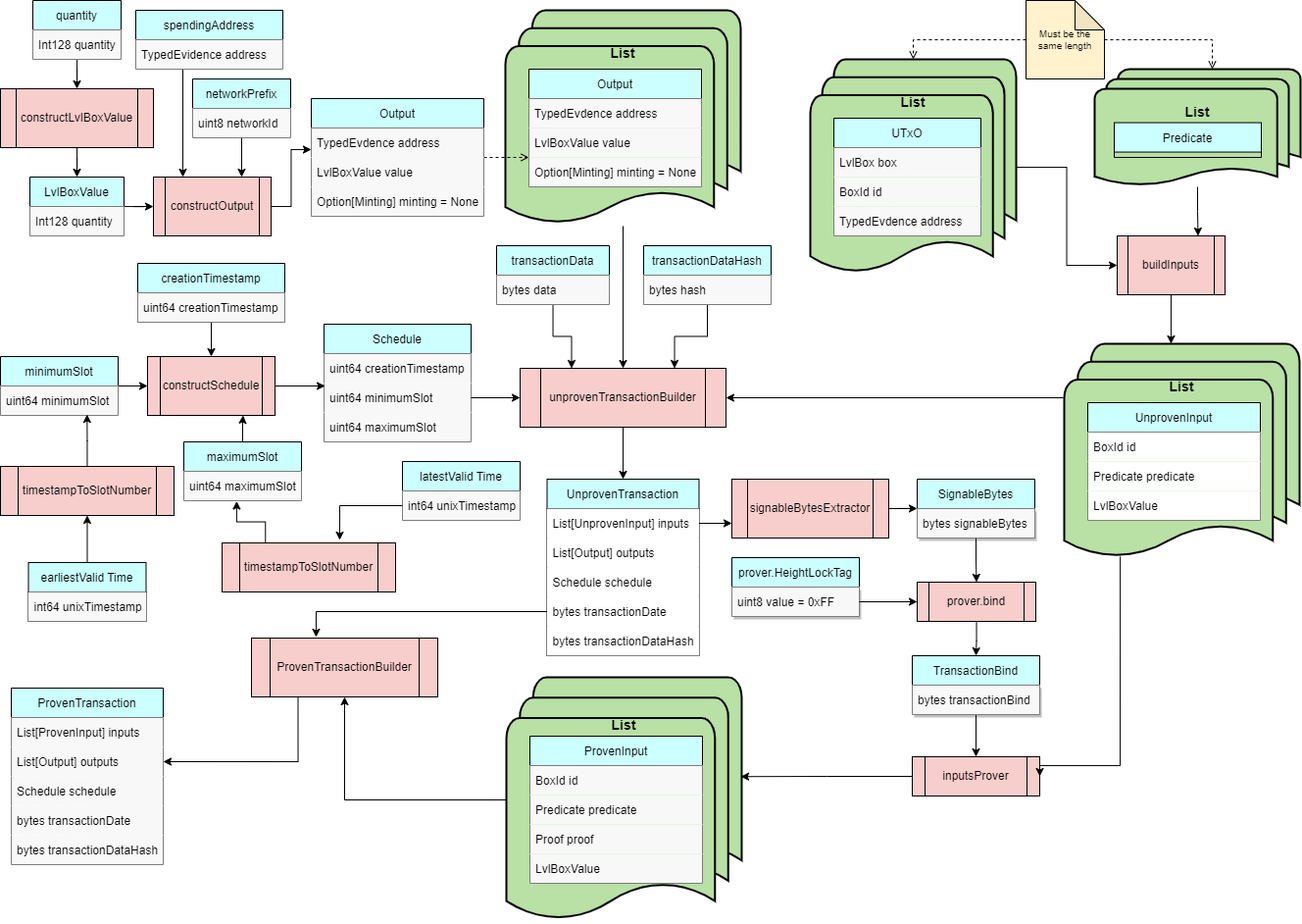
The draw.io diagram docs/Modules/NativeTransactor/transaction_builder.drawio.png in Topl/BramblSc-docs, before a commit. Source tidied: cells renumbered, new cells last; positions are measured from the earlier drawing's top-left corner, leaving out a move shared by most shapes.
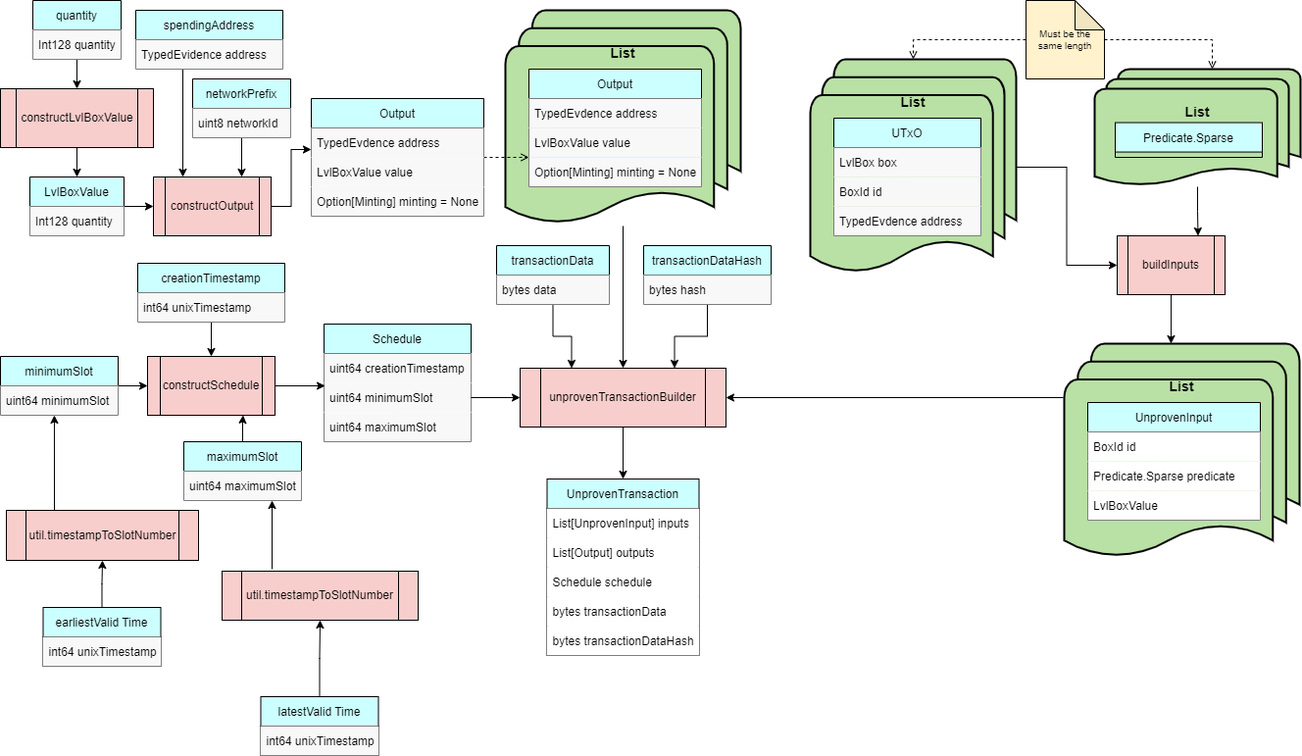
Later version of the same file.

Change to the diagram source:
```diff
@@ -35,7 +35,7 @@
     <mxCell id="12" value="creationTimestamp" style="swimlane;fontStyle=0;horizontal=1;startSize=30;fillColor=#CCFFFF;" parent="1" vertex="1">
       <mxGeometry x="140" y="268" width="150" height="60" as="geometry" />
     </mxCell>
-    <mxCell id="13" value="uint64 creationTimestamp" style="text;strokeColor=none;fillColor=#F8F8F8;align=left;verticalAlign=middle;spacingLeft=4;spacingRight=4;overflow=hidden;" parent="12" vertex="1">
+    <mxCell id="13" value="int64 unixTimestamp" style="text;strokeColor=none;fillColor=#F8F8F8;align=left;verticalAlign=middle;spacingLeft=4;spacingRight=4;overflow=hidden;" parent="12" vertex="1">
       <mxGeometry y="30" width="150" height="30" as="geometry" />
     </mxCell>
     <mxCell id="14" style="edgeStyle=orthogonalEdgeStyle;rounded=0;jettySize=auto;html=1;entryX=0;entryY=0.5;entryDx=0;entryDy=0;" parent="1" edge="1" source="15" target="10">
@@ -181,8 +181,8 @@
     <mxCell id="59" style="group;" parent="1" vertex="1">
       <mxGeometry x="1086" y="70" width="210" height="150" as="geometry" />
     </mxCell>
-    <mxCell id="60" value="Predicate" style="swimlane;fontStyle=0;horizontal=1;startSize=30;fillColor=#CCFFFF;" parent="59" vertex="1">
-      <mxGeometry x="50" y="54.5" width="150" height="35.5" as="geometry" />
+    <mxCell id="60" value="Predicate.Sparse" style="swimlane;fontStyle=0;horizontal=1;startSize=30;fillColor=#CCFFFF;" parent="59" vertex="1">
+      <mxGeometry x="51" y="54.5" width="150" height="35.5" as="geometry" />
     </mxCell>
     <mxCell id="61" style="edgeStyle=orthogonalEdgeStyle;rounded=0;jettySize=auto;html=1;entryX=0.454;entryY=0;entryDx=0;entryDy=0;entryPerimeter=0;fontSize=10;endArrow=classic;endFill=1;" parent="1" edge="1" source="62" target="65">
       <mxGeometry relative="1" as="geometry" />
@@ -205,7 +205,7 @@
     <mxCell id="67" value="BoxId id" style="text;strokeColor=none;fillColor=#FFFFFF;align=left;verticalAlign=middle;spacingLeft=4;spacingRight=4;overflow=hidden;" parent="66" vertex="1">
       <mxGeometry y="30" width="176" height="30" as="geometry" />
     </mxCell>
-    <mxCell id="68" value="Predicate predicate" style="text;strokeColor=none;fillColor=#FFFFFF;align=left;verticalAlign=middle;spacingLeft=4;spacingRight=4;overflow=hidden;" parent="66" vertex="1">
+    <mxCell id="68" value="Predicate.Sparse predicate   " style="text;strokeColor=none;fillColor=#FFFFFF;align=left;verticalAlign=middle;spacingLeft=4;spacingRight=4;overflow=hidden;" parent="66" vertex="1">
       <mxGeometry y="60" width="176" height="30" as="geometry" />
     </mxCell>
     <mxCell id="69" value="LvlBoxValue" style="text;strokeColor=none;fillColor=#FFFFFF;align=left;verticalAlign=middle;spacingLeft=4;spacingRight=4;overflow=hidden;" parent="66" vertex="1">
@@ -232,9 +232,6 @@
     <mxCell id="76" value="bytes hash" style="text;strokeColor=none;fillColor=#F8F8F8;align=left;verticalAlign=middle;spacingLeft=4;spacingRight=4;overflow=hidden;" parent="75" vertex="1">
       <mxGeometry y="30" width="130" height="30" as="geometry" />
     </mxCell>
-    <mxCell id="77" style="edgeStyle=orthogonalEdgeStyle;rounded=0;jettySize=auto;html=1;entryX=0.347;entryY=-0.017;entryDx=0;entryDy=0;entryPerimeter=0;fontSize=18;endArrow=classic;endFill=1;" parent="1" edge="1" source="82" target="109">
-      <mxGeometry relative="1" as="geometry" />
-    </mxCell>
     <mxCell id="78" value="UnprovenTransaction" style="swimlane;fontStyle=0;horizontal=1;startSize=30;fillColor=#CCFFFF;" parent="1" vertex="1">
       <mxGeometry x="557.5" y="488" width="155" height="180" as="geometry" />
     </mxCell>
@@ -247,144 +244,40 @@
     <mxCell id="81" value="Schedule schedule" style="text;strokeColor=none;fillColor=#FFFFFF;align=left;verticalAlign=middle;spacingLeft=4;spacingRight=4;overflow=hidden;" parent="78" vertex="1">
       <mxGeometry y="90" width="155" height="30" as="geometry" />
     </mxCell>
-    <mxCell id="82" value="bytes transactionDate" style="text;strokeColor=none;fillColor=#FFFFFF;align=left;verticalAlign=middle;spacingLeft=4;spacingRight=4;overflow=hidden;points=[[0,0.5],[1,0.5]];portConstraint=eastwest;" parent="78" vertex="1">
+    <mxCell id="82" value="bytes transactionData" style="text;strokeColor=none;fillColor=#FFFFFF;align=left;verticalAlign=middle;spacingLeft=4;spacingRight=4;overflow=hidden;points=[[0,0.5],[1,0.5]];portConstraint=eastwest;" parent="78" vertex="1">
       <mxGeometry y="120" width="155" height="30" as="geometry" />
     </mxCell>
     <mxCell id="83" value="bytes transactionDataHash" style="text;strokeColor=none;fillColor=#FFFFFF;align=left;verticalAlign=middle;spacingLeft=4;spacingRight=4;overflow=hidden;" parent="78" vertex="1">
       <mxGeometry y="150" width="155" height="30" as="geometry" />
     </mxCell>
-    <mxCell id="84" style="edgeStyle=orthogonalEdgeStyle;rounded=0;jettySize=auto;html=1;exitX=1;exitY=0.5;exitDx=0;exitDy=0;fontSize=10;endArrow=classic;endFill=1;" parent="1" edge="1" source="85" target="88">
-      <mxGeometry relative="1" as="geometry" />
-    </mxCell>
-    <mxCell id="85" value="signableBytesExtractor" style="shape=process;whiteSpace=wrap;html=1;backgroundOutline=1;fillColor=#F8CECC;" parent="1" vertex="1">
-      <mxGeometry x="746" y="488" width="160" height="60" as="geometry" />
-    </mxCell>
-    <mxCell id="86" style="edgeStyle=orthogonalEdgeStyle;rounded=0;jettySize=auto;html=1;entryX=0;entryY=0.75;entryDx=0;entryDy=0;fontSize=10;endArrow=classic;endFill=1;exitX=1;exitY=0.25;exitDx=0;exitDy=0;" parent="1" edge="1" source="78" target="85">
-      <mxGeometry relative="1" as="geometry">
-        <Array as="points">
-          <mxPoint x="713" y="533" />
-        </Array>
-      </mxGeometry>
-    </mxCell>
-    <mxCell id="87" style="edgeStyle=orthogonalEdgeStyle;rounded=0;jettySize=auto;html=1;entryX=0.5;entryY=0;entryDx=0;entryDy=0;fontSize=10;endArrow=classic;endFill=1;" parent="1" edge="1" source="88" target="91">
-      <mxGeometry relative="1" as="geometry" />
-    </mxCell>
-    <mxCell id="88" value="SignableBytes" style="swimlane;fontStyle=0;horizontal=1;startSize=30;fillColor=#CCFFFF;" parent="1" vertex="1">
-      <mxGeometry x="935" y="488" width="120" height="60" as="geometry" />
-    </mxCell>
-    <mxCell id="89" value="bytes signableBytes" style="text;strokeColor=none;fillColor=#F8F8F8;align=left;verticalAlign=middle;spacingLeft=4;spacingRight=4;overflow=hidden;shadow=1;" parent="88" vertex="1">
-      <mxGeometry y="30" width="120" height="30" as="geometry" />
-    </mxCell>
-    <mxCell id="90" style="edgeStyle=orthogonalEdgeStyle;rounded=0;jettySize=auto;html=1;entryX=0.5;entryY=0;entryDx=0;entryDy=0;fontSize=10;endArrow=classic;endFill=1;" parent="1" edge="1" source="91" target="96">
-      <mxGeometry relative="1" as="geometry" />
-    </mxCell>
-    <mxCell id="91" value="prover.bind" style="shape=process;whiteSpace=wrap;html=1;backgroundOutline=1;fillColor=#F8CECC;" parent="1" vertex="1">
-      <mxGeometry x="935" y="593" width="121" height="40" as="geometry" />
-    </mxCell>
-    <mxCell id="92" value="prover.HeightLockTag" style="swimlane;fontStyle=0;horizontal=1;startSize=30;fillColor=#CCFFFF;" parent="1" vertex="1">
-      <mxGeometry x="746" y="568" width="130" height="60" as="geometry" />
-    </mxCell>
-    <mxCell id="93" value="uint8 value = 0xFF" style="text;strokeColor=none;fillColor=#F8F8F8;align=left;verticalAlign=middle;spacingLeft=4;spacingRight=4;overflow=hidden;points=[[0,0.5],[1,0.5]];portConstraint=eastwest;shadow=1;" parent="92" vertex="1">
-      <mxGeometry y="30" width="130" height="30" as="geometry" />
-    </mxCell>
-    <mxCell id="94" style="edgeStyle=orthogonalEdgeStyle;rounded=0;jettySize=auto;html=1;entryX=0;entryY=0.5;entryDx=0;entryDy=0;fontSize=10;endArrow=classic;endFill=1;" parent="1" edge="1" source="93" target="91">
-      <mxGeometry relative="1" as="geometry" />
-    </mxCell>
-    <mxCell id="95" style="edgeStyle=orthogonalEdgeStyle;rounded=0;jettySize=auto;html=1;entryX=0.5;entryY=0;entryDx=0;entryDy=0;fontSize=10;endArrow=classic;endFill=1;" parent="1" edge="1" source="96" target="99">
-      <mxGeometry relative="1" as="geometry" />
-    </mxCell>
-    <mxCell id="96" value="TransactionBind" style="swimlane;fontStyle=0;horizontal=1;startSize=30;fillColor=#CCFFFF;" parent="1" vertex="1">
-      <mxGeometry x="930" y="668" width="130" height="60" as="geometry" />
-    </mxCell>
-    <mxCell id="97" value="bytes transactionBind" style="text;strokeColor=none;fillColor=#F8F8F8;align=left;verticalAlign=middle;spacingLeft=4;spacingRight=4;overflow=hidden;shadow=1;" parent="96" vertex="1">
-      <mxGeometry y="30" width="130" height="30" as="geometry" />
-    </mxCell>
-    <mxCell id="98" style="edgeStyle=orthogonalEdgeStyle;rounded=0;jettySize=auto;html=1;entryX=0.996;entryY=0.405;entryDx=0;entryDy=0;entryPerimeter=0;fontSize=10;endArrow=classic;endFill=1;" parent="1" edge="1" source="99" target="102">
-      <mxGeometry relative="1" as="geometry" />
-    </mxCell>
-    <mxCell id="99" value="inputsProver" style="shape=process;whiteSpace=wrap;html=1;backgroundOutline=1;fillColor=#F8CECC;" parent="1" vertex="1">
-      <mxGeometry x="930" y="771" width="130" height="40" as="geometry" />
-    </mxCell>
-    <mxCell id="100" style="edgeStyle=orthogonalEdgeStyle;rounded=0;jettySize=auto;html=1;entryX=1;entryY=0.5;entryDx=0;entryDy=0;fontSize=10;endArrow=classic;endFill=1;exitX=0.238;exitY=0.986;exitDx=0;exitDy=0;exitPerimeter=0;" parent="1" edge="1" source="65" target="99">
-      <mxGeometry relative="1" as="geometry">
-        <Array as="points">
-          <mxPoint x="1142" y="780" />
-        </Array>
-      </mxGeometry>
-    </mxCell>
-    <mxCell id="101" style="edgeStyle=orthogonalEdgeStyle;rounded=0;jettySize=auto;html=1;entryX=0.5;entryY=1;entryDx=0;entryDy=0;fontSize=18;endArrow=classic;endFill=1;" parent="1" edge="1" source="102" target="109">
-      <mxGeometry relative="1" as="geometry" />
-    </mxCell>
-    <mxCell id="102" value="&lt;font style=&quot;&quot;&gt;&lt;font style=&quot;font-size: 10px;&quot;&gt;&lt;br&gt;&lt;/font&gt;&lt;font size=&quot;3&quot;&gt;&amp;nbsp;&lt;/font&gt;&lt;br&gt;&lt;/font&gt;&lt;font style=&quot;font-size: 14px;&quot;&gt;&lt;b&gt;List&lt;/b&gt;&lt;/font&gt;" style="strokeWidth=2;html=1;shape=mxgraph.flowchart.multi-document;whiteSpace=wrap;fillColor=#B9E0A5;verticalAlign=top;" parent="1" vertex="1">
-      <mxGeometry x="516" y="690" width="240" height="250" as="geometry" />
-    </mxCell>
-    <mxCell id="103" value="ProvenInput" style="swimlane;fontStyle=0;horizontal=1;startSize=30;fillColor=#CCFFFF;" parent="1" vertex="1">
-      <mxGeometry x="540" y="750" width="176" height="150" as="geometry" />
-    </mxCell>
-    <mxCell id="104" value="BoxId id" style="text;strokeColor=none;fillColor=#F8F8F8;align=left;verticalAlign=middle;spacingLeft=4;spacingRight=4;overflow=hidden;" parent="103" vertex="1">
-      <mxGeometry y="30" width="176" height="30" as="geometry" />
-    </mxCell>
-    <mxCell id="105" value="Predicate predicate" style="text;strokeColor=none;fillColor=#F8F8F8;align=left;verticalAlign=middle;spacingLeft=4;spacingRight=4;overflow=hidden;" parent="103" vertex="1">
-      <mxGeometry y="60" width="176" height="30" as="geometry" />
-    </mxCell>
-    <mxCell id="106" value="Proof proof" style="text;strokeColor=none;fillColor=#F8F8F8;align=left;verticalAlign=middle;spacingLeft=4;spacingRight=4;overflow=hidden;" parent="103" vertex="1">
-      <mxGeometry y="90" width="176" height="30" as="geometry" />
-    </mxCell>
-    <mxCell id="107" value="LvlBoxValue" style="text;strokeColor=none;fillColor=#F8F8F8;align=left;verticalAlign=middle;spacingLeft=4;spacingRight=4;overflow=hidden;" parent="103" vertex="1">
-      <mxGeometry y="120" width="176" height="30" as="geometry" />
-    </mxCell>
-    <mxCell id="108" style="edgeStyle=orthogonalEdgeStyle;rounded=0;jettySize=auto;html=1;entryX=1;entryY=0.5;entryDx=0;entryDy=0;fontSize=18;endArrow=classic;endFill=1;exitX=0.25;exitY=1;exitDx=0;exitDy=0;" parent="1" edge="1" source="109" target="112">
-      <mxGeometry relative="1" as="geometry" />
-    </mxCell>
-    <mxCell id="109" value="ProvenTransactionBuilder" style="shape=process;whiteSpace=wrap;html=1;backgroundOutline=1;fillColor=#F8CECC;" parent="1" vertex="1">
-      <mxGeometry x="256" y="650" width="190" height="60" as="geometry" />
-    </mxCell>
-    <mxCell id="110" value="ProvenTransaction" style="swimlane;fontStyle=0;horizontal=1;startSize=30;fillColor=#CCFFFF;" parent="1" vertex="1">
-      <mxGeometry x="11" y="701" width="155" height="180" as="geometry" />
-    </mxCell>
-    <mxCell id="111" value="List[ProvenInput] inputs" style="text;strokeColor=none;fillColor=#F8F8F8;align=left;verticalAlign=middle;spacingLeft=4;spacingRight=4;overflow=hidden;" parent="110" vertex="1">
-      <mxGeometry y="30" width="155" height="30" as="geometry" />
-    </mxCell>
-    <mxCell id="112" value="List[Output] outputs" style="text;strokeColor=none;fillColor=#F8F8F8;align=left;verticalAlign=middle;spacingLeft=4;spacingRight=4;overflow=hidden;points=[[0,0.5],[1,0.5]];portConstraint=eastwest;" parent="110" vertex="1">
-      <mxGeometry y="60" width="155" height="30" as="geometry" />
-    </mxCell>
-    <mxCell id="113" value="Schedule schedule" style="text;strokeColor=none;fillColor=#F8F8F8;align=left;verticalAlign=middle;spacingLeft=4;spacingRight=4;overflow=hidden;" parent="110" vertex="1">
-      <mxGeometry y="90" width="155" height="30" as="geometry" />
-    </mxCell>
-    <mxCell id="114" value="bytes transactionDate" style="text;strokeColor=none;fillColor=#F8F8F8;align=left;verticalAlign=middle;spacingLeft=4;spacingRight=4;overflow=hidden;" parent="110" vertex="1">
-      <mxGeometry y="120" width="155" height="30" as="geometry" />
-    </mxCell>
-    <mxCell id="115" value="bytes transactionDataHash" style="text;strokeColor=none;fillColor=#F8F8F8;align=left;verticalAlign=middle;spacingLeft=4;spacingRight=4;overflow=hidden;" parent="110" vertex="1">
-      <mxGeometry y="150" width="155" height="30" as="geometry" />
-    </mxCell>
     <mxCell id="116" value="latestValid Time" style="swimlane;fontStyle=0;horizontal=1;startSize=30;fillColor=#CCFFFF;" parent="1" vertex="1">
-      <mxGeometry x="410" y="470" width="120" height="60" as="geometry" />
+      <mxGeometry x="265.5" y="710" width="120" height="60" as="geometry" />
     </mxCell>
     <mxCell id="117" value="int64 unixTimestamp" style="text;strokeColor=none;fillColor=#F8F8F8;align=left;verticalAlign=middle;spacingLeft=4;spacingRight=4;overflow=hidden;points=[[0,0.5],[1,0.5]];portConstraint=eastwest;" parent="116" vertex="1">
       <mxGeometry y="30" width="120" height="30" as="geometry" />
     </mxCell>
-    <mxCell id="118" style="edgeStyle=orthogonalEdgeStyle;rounded=0;jettySize=auto;html=1;entryX=0.449;entryY=1.016;entryDx=0;entryDy=0;entryPerimeter=0;fontSize=18;endArrow=classic;endFill=1;exitX=0.25;exitY=0;exitDx=0;exitDy=0;" parent="1" edge="1" source="119" target="19">
-      <mxGeometry relative="1" as="geometry" />
+    <mxCell id="118" style="edgeStyle=orthogonalEdgeStyle;rounded=0;jettySize=auto;html=1;entryX=0.75;entryY=1;entryDx=0;entryDy=0;fontSize=18;endArrow=classic;endFill=1;" parent="1" edge="1" target="18">
+      <mxGeometry relative="1" as="geometry">
+        <mxPoint x="277" y="580" as="sourcePoint" />
+      </mxGeometry>
     </mxCell>
-    <mxCell id="119" value="timestampToSlotNumber" style="shape=process;whiteSpace=wrap;html=1;backgroundOutline=1;fillColor=#F8CECC;" parent="1" vertex="1">
-      <mxGeometry x="226" y="553" width="177" height="50" as="geometry" />
+    <mxCell id="119" value="util.timestampToSlotNumber" style="shape=process;whiteSpace=wrap;html=1;backgroundOutline=1;fillColor=#F8CECC;" parent="1" vertex="1">
+      <mxGeometry x="226" y="582" width="200" height="50" as="geometry" />
     </mxCell>
-    <mxCell id="120" style="edgeStyle=orthogonalEdgeStyle;rounded=0;jettySize=auto;html=1;fontSize=18;endArrow=classic;endFill=1;" parent="1" edge="1" source="117">
-      <mxGeometry relative="1" as="geometry">
-        <mxPoint x="346" y="550" as="targetPoint" />
-      </mxGeometry>
+    <mxCell id="120" style="edgeStyle=orthogonalEdgeStyle;rounded=0;jettySize=auto;html=1;fontSize=18;endArrow=classic;endFill=1;exitX=0.5;exitY=0;exitDx=0;exitDy=0;entryX=0.5;entryY=1;entryDx=0;entryDy=0;" parent="1" edge="1" source="116" target="119">
+      <mxGeometry relative="1" as="geometry" />
     </mxCell>
-    <mxCell id="121" style="edgeStyle=orthogonalEdgeStyle;rounded=0;jettySize=auto;html=1;entryX=0.736;entryY=0.968;entryDx=0;entryDy=0;entryPerimeter=0;fontSize=18;endArrow=classic;endFill=1;" parent="1" edge="1" source="122" target="16">
+    <mxCell id="121" style="edgeStyle=orthogonalEdgeStyle;rounded=0;jettySize=auto;html=1;entryX=0.458;entryY=1;entryDx=0;entryDy=0;entryPerimeter=0;fontSize=18;endArrow=classic;endFill=1;exitX=0.25;exitY=0;exitDx=0;exitDy=0;" parent="1" edge="1" source="122" target="16">
       <mxGeometry relative="1" as="geometry" />
     </mxCell>
-    <mxCell id="122" value="timestampToSlotNumber" style="shape=process;whiteSpace=wrap;html=1;backgroundOutline=1;fillColor=#F8CECC;" parent="1" vertex="1">
-      <mxGeometry y="475" width="177" height="50" as="geometry" />
+    <mxCell id="122" value="util.timestampToSlotNumber" style="shape=process;whiteSpace=wrap;html=1;backgroundOutline=1;fillColor=#F8CECC;" parent="1" vertex="1">
+      <mxGeometry x="6" y="520" width="196" height="51" as="geometry" />
     </mxCell>
     <mxCell id="123" style="edgeStyle=orthogonalEdgeStyle;rounded=0;jettySize=auto;html=1;fontSize=18;endArrow=classic;endFill=1;" parent="1" edge="1" source="124" target="122">
       <mxGeometry relative="1" as="geometry" />
     </mxCell>
     <mxCell id="124" value="earliestValid Time" style="swimlane;fontStyle=0;horizontal=1;startSize=30;fillColor=#CCFFFF;" parent="1" vertex="1">
-      <mxGeometry x="28.5" y="573" width="120" height="60" as="geometry" />
+      <mxGeometry x="43.5" y="619" width="120" height="60" as="geometry" />
     </mxCell>
     <mxCell id="125" value="int64 unixTimestamp" style="text;strokeColor=none;fillColor=#F8F8F8;align=left;verticalAlign=middle;spacingLeft=4;spacingRight=4;overflow=hidden;" parent="124" vertex="1">
       <mxGeometry y="30" width="120" height="30" as="geometry" />
```
